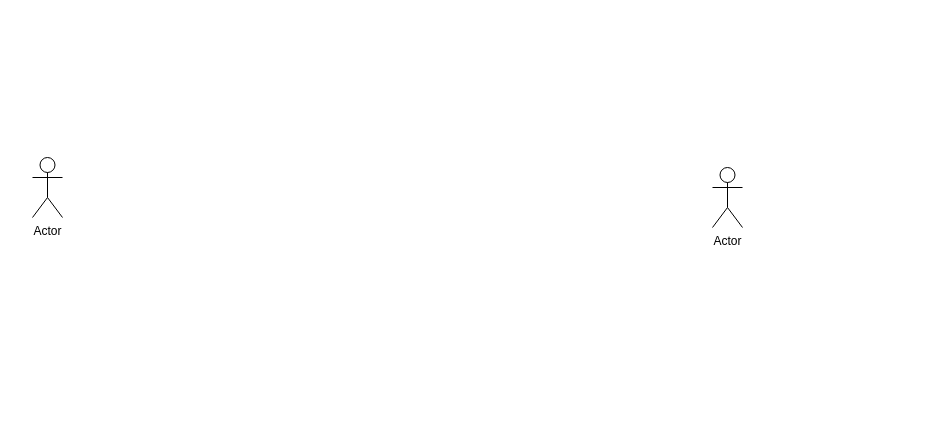
The draw.io diagram Usecase.drawio in Shadowcatz7/MobileShop, before the edit. Source tidied: cells renumbered, new cells numbered last; positions are measured from the earlier drawing's top-left corner, leaving out a move shared by most shapes. Both pictures are drawn from the tidied source at 100%, with x=0, y=0 at pixel (32, 157).
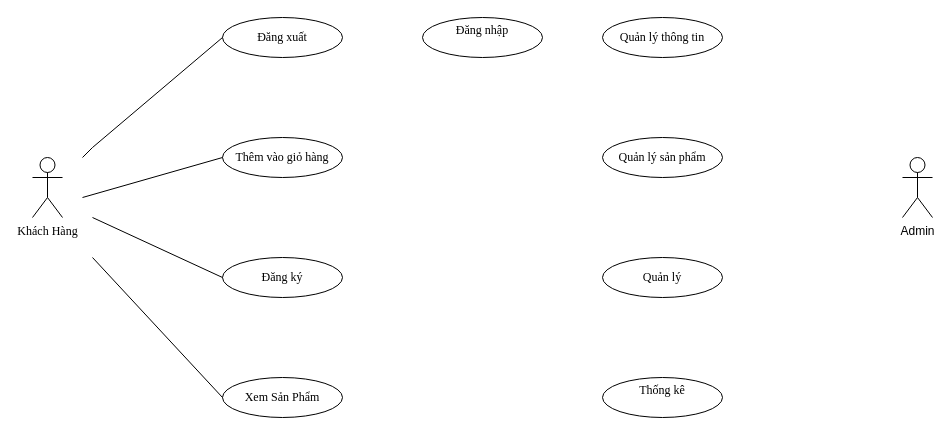
The same diagram, later.

Commit message:
Cập nhật Usecase.drawio

The edit, as a diff of the source:
```diff
@@
-    <mxCell id="2" value="Actor" style="shape=umlActor;verticalLabelPosition=bottom;verticalAlign=top;html=1;" parent="1" vertex="1">
+    <mxCell id="2" value="&lt;font face=&quot;Times New Roman&quot;&gt;Khách Hàng&lt;/font&gt;&lt;div&gt;&lt;font face=&quot;Times New Roman&quot;&gt;&lt;br&gt;&lt;/font&gt;&lt;/div&gt;" style="shape=umlActor;verticalLabelPosition=bottom;verticalAlign=top;html=1;" parent="1" vertex="1">
       <mxGeometry width="30" height="60" as="geometry" />
     </mxCell>
-    <mxCell id="3" value="Actor" style="shape=umlActor;verticalLabelPosition=bottom;verticalAlign=top;html=1;" parent="1" vertex="1">
-      <mxGeometry x="680" y="10" width="30" height="60" as="geometry" />
+    <mxCell id="3" value="Admin&lt;div&gt;&lt;br&gt;&lt;/div&gt;" style="shape=umlActor;verticalLabelPosition=bottom;verticalAlign=top;html=1;" parent="1" vertex="1">
+      <mxGeometry x="870" width="30" height="60" as="geometry" />
     </mxCell>
+    <mxCell id="4" value="Đăng xuất" style="ellipse;whiteSpace=wrap;html=1;fontFamily=Times New Roman;" parent="1" vertex="1">
+      <mxGeometry x="190" y="-140" width="120" height="40" as="geometry" />
+    </mxCell>
+    <mxCell id="5" value="Thêm vào giỏ hàng" style="ellipse;whiteSpace=wrap;html=1;fontFamily=Times New Roman;" parent="1" vertex="1">
+      <mxGeometry x="190" y="-20" width="120" height="40" as="geometry" />
+    </mxCell>
+    <mxCell id="6" value="Đăng ký" style="ellipse;whiteSpace=wrap;html=1;fontFamily=Times New Roman;" parent="1" vertex="1">
+      <mxGeometry x="190" y="100" width="120" height="40" as="geometry" />
+    </mxCell>
+    <mxCell id="7" value="Xem Sản Phẩm" style="ellipse;whiteSpace=wrap;html=1;fontFamily=Times New Roman;" parent="1" vertex="1">
+      <mxGeometry x="190" y="220" width="120" height="40" as="geometry" />
+    </mxCell>
+    <mxCell id="8" style="endArrow=none;html=1;rounded=0;entryX=0;entryY=0.5;entryDx=0;entryDy=0;" parent="1" edge="1" target="4">
+      <mxGeometry relative="1" as="geometry">
+        <mxPoint x="50" as="sourcePoint" />
+        <Array as="points">
+          <mxPoint x="60" y="-10" />
+        </Array>
+      </mxGeometry>
+    </mxCell>
+    <mxCell id="9" style="endArrow=none;html=1;rounded=0;entryX=0;entryY=0.5;entryDx=0;entryDy=0;" parent="1" edge="1" target="5">
+      <mxGeometry relative="1" as="geometry">
+        <mxPoint x="50" y="40" as="sourcePoint" />
+      </mxGeometry>
+    </mxCell>
+    <mxCell id="10" style="endArrow=none;html=1;rounded=0;entryX=0;entryY=0.5;entryDx=0;entryDy=0;" parent="1" edge="1" target="6">
+      <mxGeometry relative="1" as="geometry">
+        <mxPoint x="60" y="60" as="sourcePoint" />
+      </mxGeometry>
+    </mxCell>
+    <mxCell id="11" style="endArrow=none;html=1;rounded=0;entryX=0;entryY=0.5;entryDx=0;entryDy=0;" parent="1" edge="1" target="7">
+      <mxGeometry relative="1" as="geometry">
+        <mxPoint x="60" y="100" as="sourcePoint" />
+      </mxGeometry>
+    </mxCell>
+    <mxCell id="12" value="Đăng nhập&lt;div&gt;&lt;br&gt;&lt;/div&gt;" style="ellipse;whiteSpace=wrap;html=1;fontFamily=Times New Roman;" parent="1" vertex="1">
+      <mxGeometry x="390" y="-140" width="120" height="40" as="geometry" />
+    </mxCell>
+    <mxCell id="13" value="Quản lý thông tin" style="ellipse;whiteSpace=wrap;html=1;fontFamily=Times New Roman;" parent="1" vertex="1">
+      <mxGeometry x="570" y="-140" width="120" height="40" as="geometry" />
+    </mxCell>
+    <mxCell id="14" value="Quản lý sản phẩm" style="ellipse;whiteSpace=wrap;html=1;fontFamily=Times New Roman;" parent="1" vertex="1">
+      <mxGeometry x="570" y="-20" width="120" height="40" as="geometry" />
+    </mxCell>
+    <mxCell id="15" value="Quản lý" style="ellipse;whiteSpace=wrap;html=1;fontFamily=Times New Roman;" parent="1" vertex="1">
+      <mxGeometry x="570" y="100" width="120" height="40" as="geometry" />
+    </mxCell>
+    <mxCell id="16" value="Thống kê&lt;div&gt;&lt;br&gt;&lt;/div&gt;" style="ellipse;whiteSpace=wrap;html=1;fontFamily=Times New Roman;" parent="1" vertex="1">
+      <mxGeometry x="570" y="220" width="120" height="40" as="geometry" />
+    </mxCell>
```
